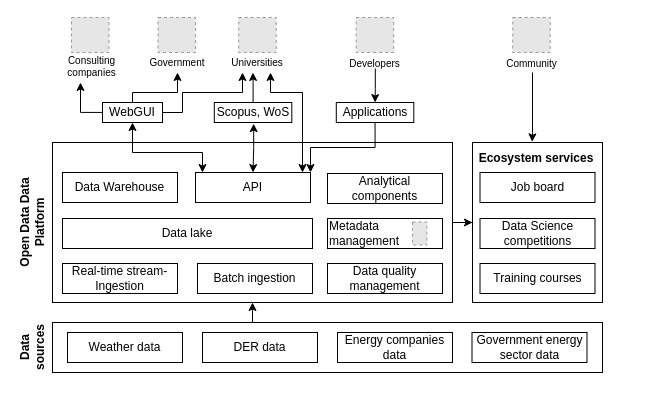
The draw.io diagram page "Page-1" (1 of 2) of Open data platform architecture.drawio in Randyrofed/CMM, before the edit. Source tidied: cells renumbered, new cells numbered last; positions are measured from the earlier drawing's top-left corner, leaving out a move shared by most shapes. Both pictures are drawn from the tidied source at 100%, with x=0, y=0 at pixel (-23, 17). Pictures stored in the file or linked from it are replaced by grey dashed boxes.
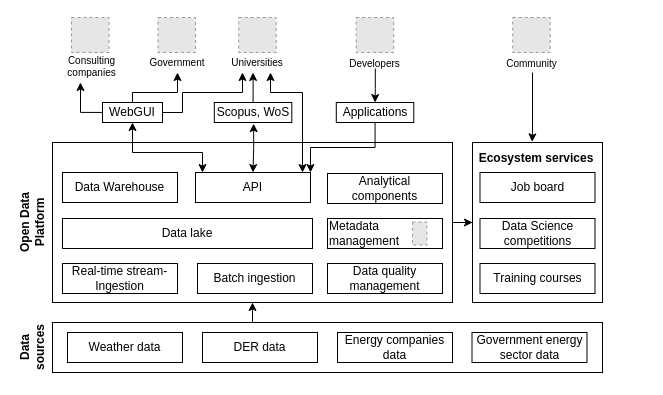
The same page after the edit.

The edit, as a diff of the source:
```diff
@@
-    <mxCell id="11" value="Open Data Data Platform" style="text;html=1;strokeColor=none;fillColor=none;align=center;verticalAlign=middle;whiteSpace=wrap;rounded=0;rotation=270;fontStyle=1;" parent="1" vertex="1">
+    <mxCell id="11" value="Open Data Platform" style="text;html=1;strokeColor=none;fillColor=none;align=center;verticalAlign=middle;whiteSpace=wrap;rounded=0;rotation=270;fontStyle=1;" parent="1" vertex="1">
       <mxGeometry y="190" width="110" height="30" as="geometry" />
     </mxCell>
```
